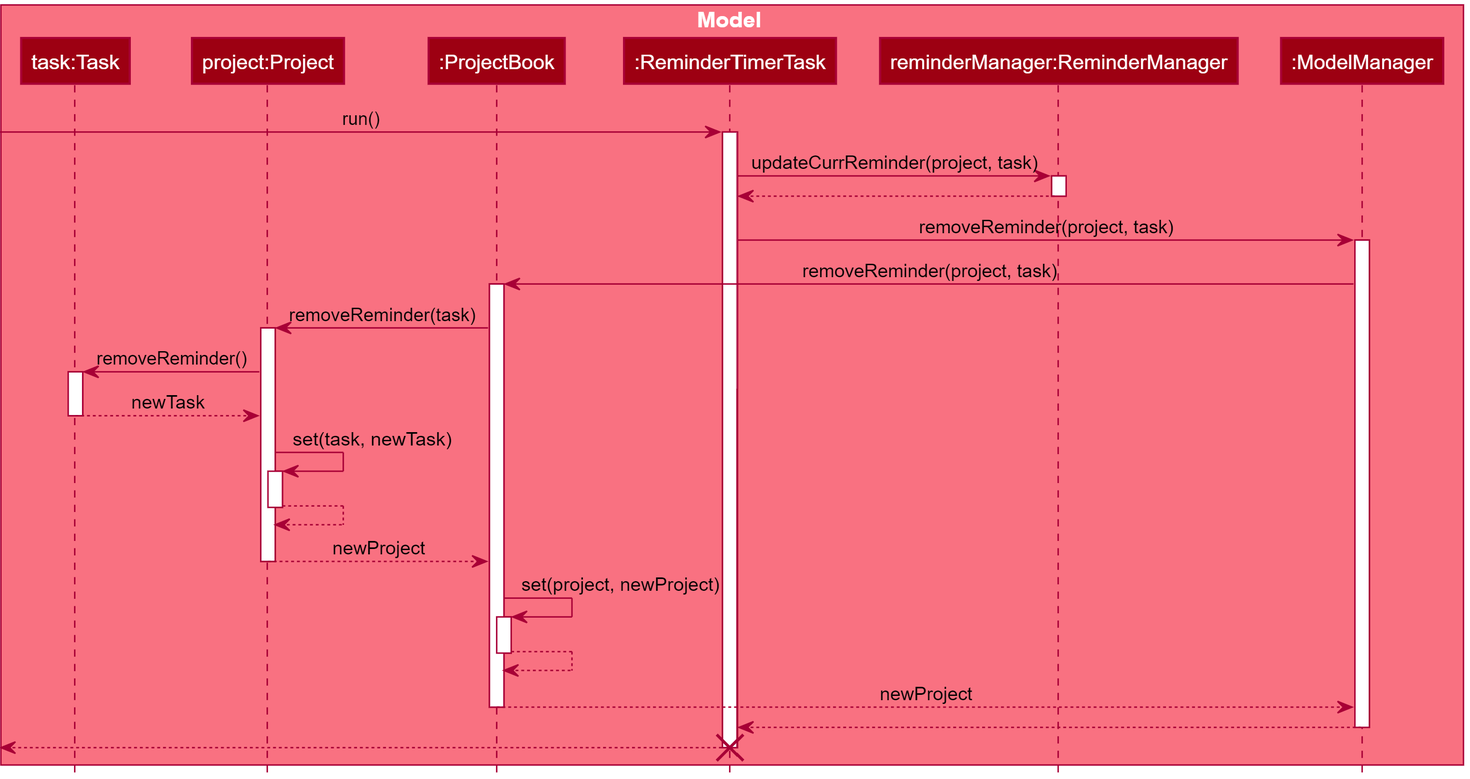
The PlantUML diagram docs/images/RunTaskReminderSequenceDiagram.png in pr4aveen/tp, before a commit. Its source is kept beside it as docs/diagrams/RunTaskReminderSequenceDiagram.puml.
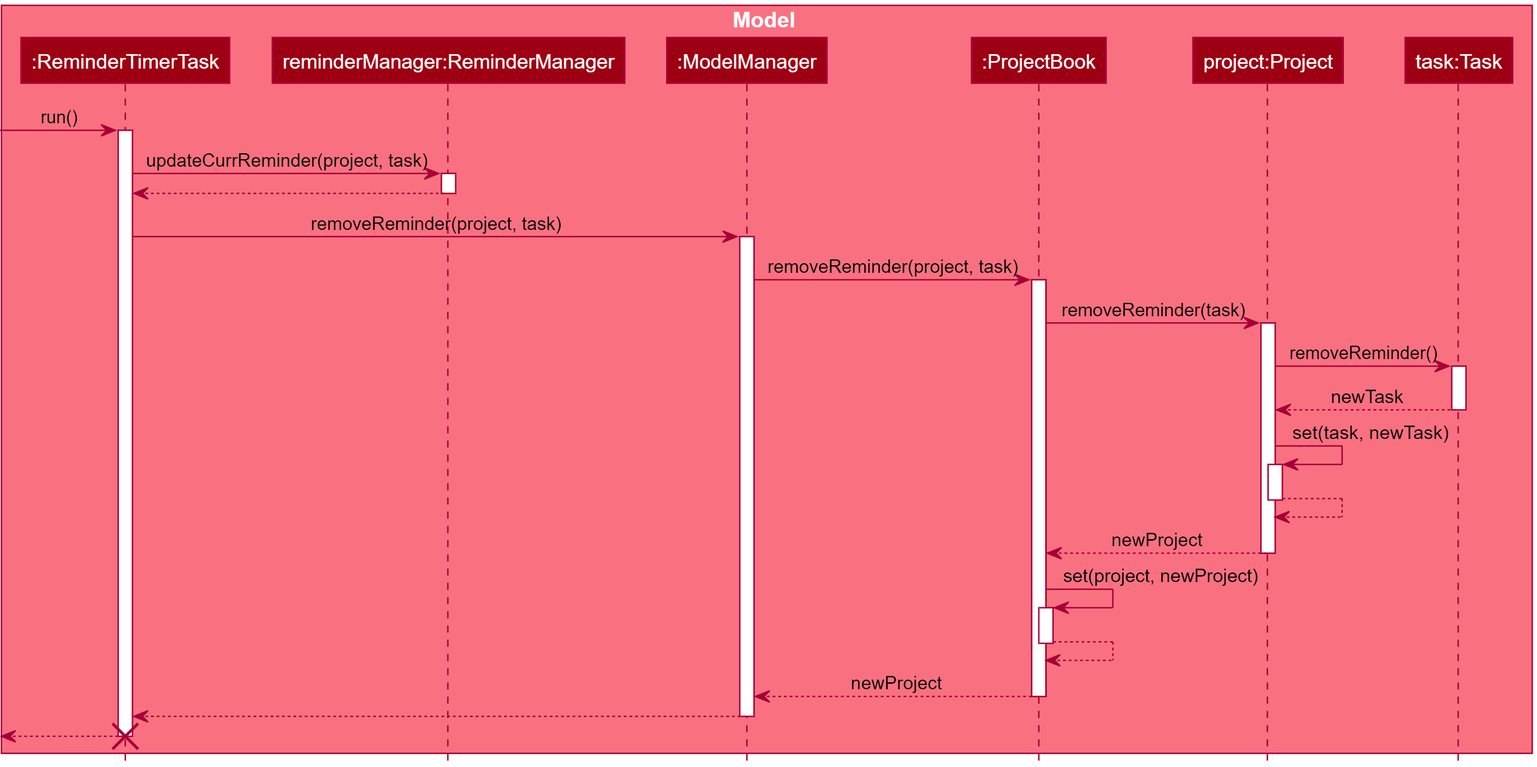
Above is the later version.

Diff of the diagram source:
```diff
@@ -4,12 +4,13 @@
 
 box Model MODEL_COLOR_T1
 
-participant "task:Task" as Task MODEL_COLOR
-participant "project:Project" as Project MODEL_COLOR
-participant ":ProjectBook" as ProjectBook MODEL_COLOR
 participant ":ReminderTimerTask" as ReminderTimerTask MODEL_COLOR
 participant "reminderManager:ReminderManager" as ReminderManager MODEL_COLOR
 participant ":ModelManager" as ModelManager MODEL_COLOR
+participant ":ProjectBook" as ProjectBook MODEL_COLOR
+participant "project:Project" as Project MODEL_COLOR
+participant "task:Task" as Task MODEL_COLOR
+
 end box
 
 [-> ReminderTimerTask : run()
```
